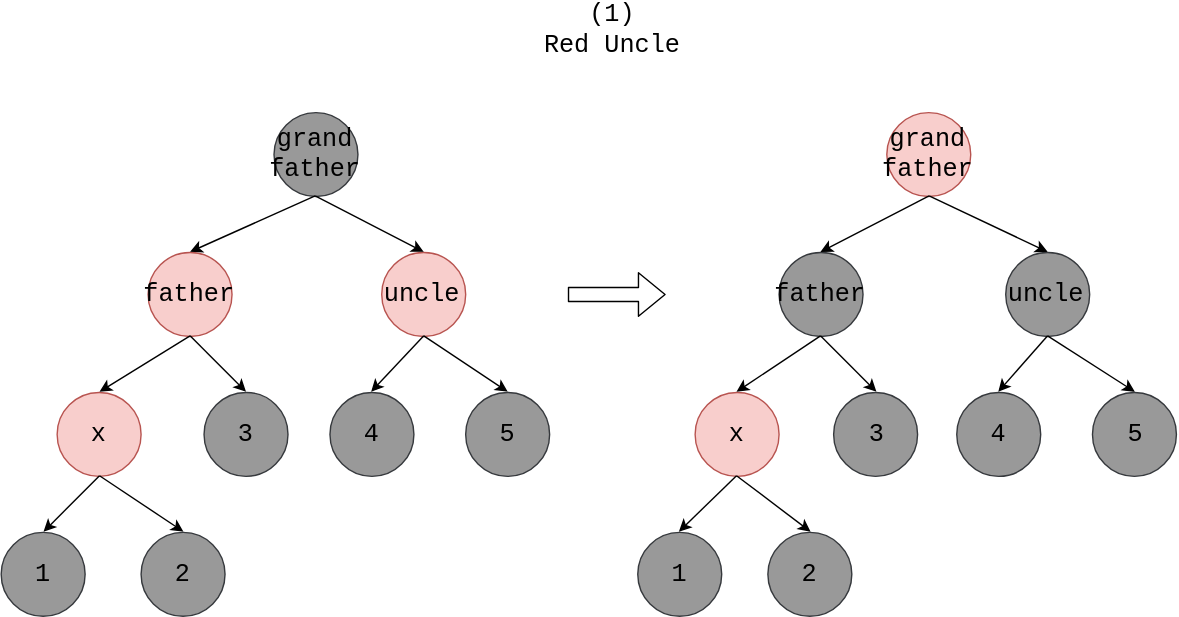
Earlier version of the draw.io export docs/DataStructure/res/RedBlackTree2.svg (linrongbin16/way-to-algorithm). Source tidied: cells renumbered, new cells last; positions are measured from the earlier drawing's top-left corner, leaving out a move shared by most shapes. Source of this version:
```xml
<mxGraphModel background="#ffffff">
  <root>
    <mxCell id="0" />
    <mxCell id="1" parent="0" />
    <mxCell id="2" value="grand&lt;br&gt;father&lt;br&gt;" style="ellipse;whiteSpace=wrap;html=1;rounded=0;shadow=0;strokeColor=#36393d;fillColor=#999999;fontFamily=Courier New;fontSize=18;" parent="1" vertex="1">
      <mxGeometry x="194.5" y="70" width="60" height="60" as="geometry" />
    </mxCell>
    <mxCell id="3" value="father" style="ellipse;whiteSpace=wrap;html=1;rounded=0;shadow=0;strokeColor=#b85450;fillColor=#f8cecc;fontFamily=Courier New;fontSize=18;" parent="1" vertex="1">
      <mxGeometry x="104.5" y="170" width="60" height="60" as="geometry" />
    </mxCell>
    <mxCell id="4" value="uncle" style="ellipse;whiteSpace=wrap;html=1;rounded=0;shadow=0;strokeColor=#b85450;fillColor=#f8cecc;fontFamily=Courier New;fontSize=18;" parent="1" vertex="1">
      <mxGeometry x="271.5" y="170" width="60" height="60" as="geometry" />
    </mxCell>
    <mxCell id="5" value="x" style="ellipse;whiteSpace=wrap;html=1;rounded=0;shadow=0;strokeColor=#b85450;fillColor=#f8cecc;fontFamily=Courier New;fontSize=18;" parent="1" vertex="1">
      <mxGeometry x="40" y="270" width="60" height="60" as="geometry" />
    </mxCell>
    <mxCell id="6" style="endArrow=classic;html=1;fontFamily=Courier New;fontSize=18;exitX=0.5;exitY=1;entryX=0.5;entryY=0;" parent="1" edge="1" source="2" target="3">
      <mxGeometry relative="1" as="geometry" />
    </mxCell>
    <mxCell id="7" style="endArrow=classic;html=1;fontFamily=Courier New;fontSize=18;exitX=0.5;exitY=1;entryX=0.5;entryY=0;" parent="1" edge="1" source="2" target="4">
      <mxGeometry relative="1" as="geometry" />
    </mxCell>
    <mxCell id="8" style="endArrow=classic;html=1;fontFamily=Courier New;fontSize=18;exitX=0.5;exitY=1;entryX=0.5;entryY=0;" parent="1" edge="1" source="3" target="5">
      <mxGeometry relative="1" as="geometry" />
    </mxCell>
    <mxCell id="9" style="endArrow=classic;html=1;fontFamily=Courier New;fontSize=18;entryX=0.5;entryY=0;exitX=0.5;exitY=1;" parent="1" edge="1" source="3" target="10">
      <mxGeometry relative="1" as="geometry" />
    </mxCell>
    <mxCell id="10" value="3" style="ellipse;whiteSpace=wrap;html=1;rounded=0;shadow=0;strokeColor=#36393d;fillColor=#999999;fontFamily=Courier New;fontSize=18;" parent="1" vertex="1">
      <mxGeometry x="144.5" y="270" width="60" height="60" as="geometry" />
    </mxCell>
    <mxCell id="11" value="1" style="ellipse;whiteSpace=wrap;html=1;rounded=0;shadow=0;strokeColor=#36393d;fillColor=#999999;fontFamily=Courier New;fontSize=18;" parent="1" vertex="1">
      <mxGeometry y="370" width="60" height="60" as="geometry" />
    </mxCell>
    <mxCell id="12" value="2" style="ellipse;whiteSpace=wrap;html=1;rounded=0;shadow=0;strokeColor=#36393d;fillColor=#999999;fontFamily=Courier New;fontSize=18;" parent="1" vertex="1">
      <mxGeometry x="100" y="370" width="60" height="60" as="geometry" />
    </mxCell>
    <mxCell id="13" style="endArrow=classic;html=1;fontFamily=Courier New;fontSize=18;exitX=0.5;exitY=1;entryX=0.5;entryY=0;" parent="1" edge="1" source="5" target="11">
      <mxGeometry relative="1" as="geometry" />
    </mxCell>
    <mxCell id="14" style="endArrow=classic;html=1;fontFamily=Courier New;fontSize=18;exitX=0.5;exitY=1;entryX=0.5;entryY=0;" parent="1" edge="1" source="5" target="12">
      <mxGeometry relative="1" as="geometry" />
    </mxCell>
    <mxCell id="15" value="(1)&lt;br&gt;Red Uncle" style="text;html=1;strokeColor=none;fillColor=none;align=center;verticalAlign=middle;whiteSpace=wrap;rounded=0;shadow=0;fontFamily=Courier New;fontSize=18;" parent="1" vertex="1">
      <mxGeometry x="368" width="138" height="20" as="geometry" />
    </mxCell>
    <mxCell id="16" style="shape=flexArrow;endArrow=classic;html=1;fillColor=#ffffff;fontFamily=Courier New;fontSize=18;" parent="1" edge="1">
      <mxGeometry relative="1" as="geometry">
        <mxPoint x="405" y="200" as="sourcePoint" />
        <mxPoint x="475" y="200" as="targetPoint" />
      </mxGeometry>
    </mxCell>
    <mxCell id="17" value="4" style="ellipse;whiteSpace=wrap;html=1;rounded=0;shadow=0;strokeColor=#36393d;fillColor=#999999;fontFamily=Courier New;fontSize=18;" parent="1" vertex="1">
      <mxGeometry x="234.5" y="270" width="60" height="60" as="geometry" />
    </mxCell>
    <mxCell id="18" value="5" style="ellipse;whiteSpace=wrap;html=1;rounded=0;shadow=0;strokeColor=#36393d;fillColor=#999999;fontFamily=Courier New;fontSize=18;" parent="1" vertex="1">
      <mxGeometry x="331.5" y="270" width="60" height="60" as="geometry" />
    </mxCell>
    <mxCell id="19" style="endArrow=classic;html=1;fontFamily=Courier New;fontSize=18;exitX=0.5;exitY=1;entryX=0.5;entryY=0;" parent="1" edge="1" source="4" target="17">
      <mxGeometry relative="1" as="geometry" />
    </mxCell>
    <mxCell id="20" style="endArrow=classic;html=1;fontFamily=Courier New;fontSize=18;exitX=0.5;exitY=1;entryX=0.5;entryY=0;" parent="1" edge="1" source="4" target="18">
      <mxGeometry relative="1" as="geometry" />
    </mxCell>
    <mxCell id="21" value="grand&lt;br&gt;father&lt;br&gt;" style="ellipse;whiteSpace=wrap;html=1;rounded=0;shadow=0;strokeColor=#b85450;fillColor=#f8cecc;fontFamily=Courier New;fontSize=18;" parent="1" vertex="1">
      <mxGeometry x="633" y="70" width="60" height="60" as="geometry" />
    </mxCell>
    <mxCell id="22" value="father" style="ellipse;whiteSpace=wrap;html=1;rounded=0;shadow=0;strokeColor=#36393d;fillColor=#999999;fontFamily=Courier New;fontSize=18;" parent="1" vertex="1">
      <mxGeometry x="556" y="170" width="60" height="60" as="geometry" />
    </mxCell>
    <mxCell id="23" value="uncle" style="ellipse;whiteSpace=wrap;html=1;rounded=0;shadow=0;strokeColor=#36393d;fillColor=#999999;fontFamily=Courier New;fontSize=18;" parent="1" vertex="1">
      <mxGeometry x="718" y="170" width="60" height="60" as="geometry" />
    </mxCell>
    <mxCell id="24" value="x" style="ellipse;whiteSpace=wrap;html=1;rounded=0;shadow=0;strokeColor=#b85450;fillColor=#f8cecc;fontFamily=Courier New;fontSize=18;" parent="1" vertex="1">
      <mxGeometry x="496" y="270" width="60" height="60" as="geometry" />
    </mxCell>
    <mxCell id="25" style="endArrow=classic;html=1;fontFamily=Courier New;fontSize=18;exitX=0.5;exitY=1;entryX=0.5;entryY=0;" parent="1" edge="1" source="21" target="22">
      <mxGeometry relative="1" as="geometry" />
    </mxCell>
    <mxCell id="26" style="endArrow=classic;html=1;fontFamily=Courier New;fontSize=18;exitX=0.5;exitY=1;entryX=0.5;entryY=0;" parent="1" edge="1" source="21" target="23">
      <mxGeometry relative="1" as="geometry" />
    </mxCell>
    <mxCell id="27" style="endArrow=classic;html=1;fontFamily=Courier New;fontSize=18;exitX=0.5;exitY=1;entryX=0.5;entryY=0;" parent="1" edge="1" source="22" target="24">
      <mxGeometry relative="1" as="geometry" />
    </mxCell>
    <mxCell id="28" style="endArrow=classic;html=1;fontFamily=Courier New;fontSize=18;entryX=0.5;entryY=0;exitX=0.5;exitY=1;" parent="1" edge="1" source="22" target="29">
      <mxGeometry relative="1" as="geometry" />
    </mxCell>
    <mxCell id="29" value="3" style="ellipse;whiteSpace=wrap;html=1;rounded=0;shadow=0;strokeColor=#36393d;fillColor=#999999;fontFamily=Courier New;fontSize=18;" parent="1" vertex="1">
      <mxGeometry x="595.5" y="270" width="60" height="60" as="geometry" />
    </mxCell>
    <mxCell id="30" value="1" style="ellipse;whiteSpace=wrap;html=1;rounded=0;shadow=0;strokeColor=#36393d;fillColor=#999999;fontFamily=Courier New;fontSize=18;" parent="1" vertex="1">
      <mxGeometry x="454.5" y="370" width="60" height="60" as="geometry" />
    </mxCell>
    <mxCell id="31" value="2" style="ellipse;whiteSpace=wrap;html=1;rounded=0;shadow=0;strokeColor=#36393d;fillColor=#999999;fontFamily=Courier New;fontSize=18;" parent="1" vertex="1">
      <mxGeometry x="548" y="370" width="60" height="60" as="geometry" />
    </mxCell>
    <mxCell id="32" style="endArrow=classic;html=1;fontFamily=Courier New;fontSize=18;exitX=0.5;exitY=1;entryX=0.5;entryY=0;" parent="1" edge="1" source="24" target="30">
      <mxGeometry relative="1" as="geometry" />
    </mxCell>
    <mxCell id="33" style="endArrow=classic;html=1;fontFamily=Courier New;fontSize=18;exitX=0.5;exitY=1;entryX=0.5;entryY=0;" parent="1" edge="1" source="24" target="31">
      <mxGeometry relative="1" as="geometry" />
    </mxCell>
    <mxCell id="34" value="4" style="ellipse;whiteSpace=wrap;html=1;rounded=0;shadow=0;strokeColor=#36393d;fillColor=#999999;fontFamily=Courier New;fontSize=18;" parent="1" vertex="1">
      <mxGeometry x="682.5" y="270" width="60" height="60" as="geometry" />
    </mxCell>
    <mxCell id="35" value="5" style="ellipse;whiteSpace=wrap;html=1;rounded=0;shadow=0;strokeColor=#36393d;fillColor=#999999;fontFamily=Courier New;fontSize=18;" parent="1" vertex="1">
      <mxGeometry x="780.5" y="270" width="60" height="60" as="geometry" />
    </mxCell>
    <mxCell id="36" style="endArrow=classic;html=1;fontFamily=Courier New;fontSize=18;exitX=0.5;exitY=1;entryX=0.5;entryY=0;" parent="1" edge="1" source="23" target="34">
      <mxGeometry relative="1" as="geometry" />
    </mxCell>
    <mxCell id="37" style="endArrow=classic;html=1;fontFamily=Courier New;fontSize=18;exitX=0.5;exitY=1;entryX=0.5;entryY=0;" parent="1" edge="1" source="23" target="35">
      <mxGeometry relative="1" as="geometry" />
    </mxCell>
  </root>
</mxGraphModel>
```
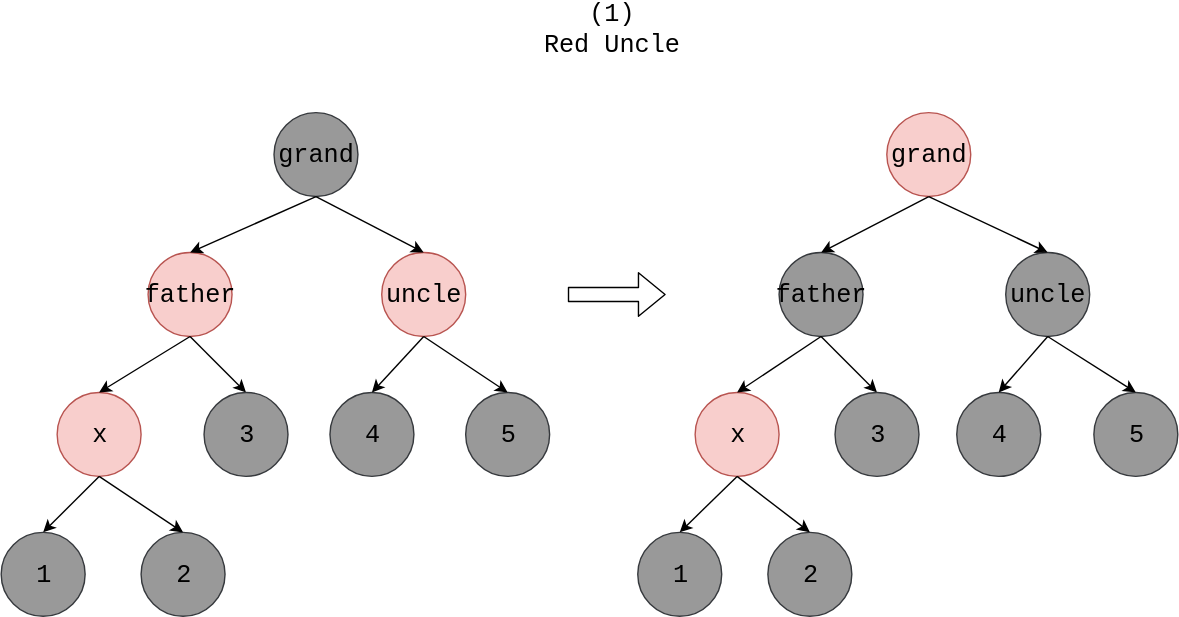
The same file after the commit.

Commit message:
smaller red black tree rotate picture

What changed in the source:
```diff
@@ -2,7 +2,7 @@
   <root>
     <mxCell id="0" />
     <mxCell id="1" parent="0" />
-    <mxCell id="2" value="grand&lt;br&gt;father&lt;br&gt;" style="ellipse;whiteSpace=wrap;html=1;rounded=0;shadow=0;strokeColor=#36393d;fillColor=#999999;fontFamily=Courier New;fontSize=18;" parent="1" vertex="1">
+    <mxCell id="2" value="grand&lt;br&gt;" style="ellipse;whiteSpace=wrap;html=1;rounded=0;shadow=0;strokeColor=#36393d;fillColor=#999999;fontFamily=Courier New;fontSize=18;" parent="1" vertex="1">
       <mxGeometry x="194.5" y="70" width="60" height="60" as="geometry" />
     </mxCell>
     <mxCell id="3" value="father" style="ellipse;whiteSpace=wrap;html=1;rounded=0;shadow=0;strokeColor=#b85450;fillColor=#f8cecc;fontFamily=Courier New;fontSize=18;" parent="1" vertex="1">
@@ -62,7 +62,7 @@
     <mxCell id="20" style="endArrow=classic;html=1;fontFamily=Courier New;fontSize=18;exitX=0.5;exitY=1;entryX=0.5;entryY=0;" parent="1" edge="1" source="4" target="18">
       <mxGeometry relative="1" as="geometry" />
     </mxCell>
-    <mxCell id="21" value="grand&lt;br&gt;father&lt;br&gt;" style="ellipse;whiteSpace=wrap;html=1;rounded=0;shadow=0;strokeColor=#b85450;fillColor=#f8cecc;fontFamily=Courier New;fontSize=18;" parent="1" vertex="1">
+    <mxCell id="21" value="grand&lt;br&gt;" style="ellipse;whiteSpace=wrap;html=1;rounded=0;shadow=0;strokeColor=#b85450;fillColor=#f8cecc;fontFamily=Courier New;fontSize=18;" parent="1" vertex="1">
       <mxGeometry x="633" y="70" width="60" height="60" as="geometry" />
     </mxCell>
     <mxCell id="22" value="father" style="ellipse;whiteSpace=wrap;html=1;rounded=0;shadow=0;strokeColor=#36393d;fillColor=#999999;fontFamily=Courier New;fontSize=18;" parent="1" vertex="1">
```
